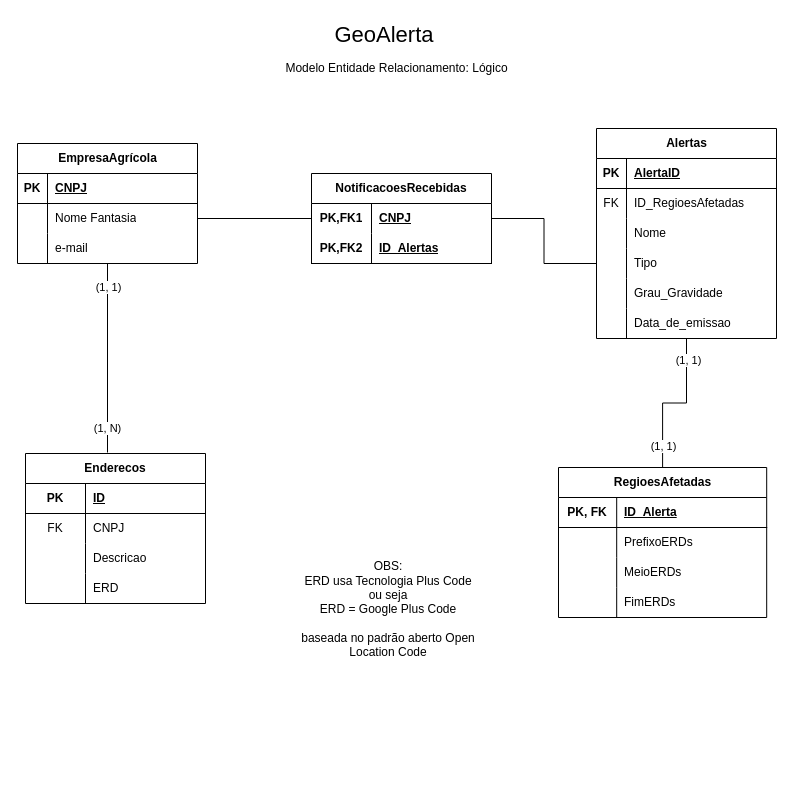
Earlier version of the draw.io diagram page "ER Lógico" (2 of 3) of banco-de-dados/Diagrama-ER.drawio (Code-Masters-F/GeoAlerta). Source tidied: cells renumbered, new cells numbered last; positions are measured from the earlier drawing's top-left corner, leaving out a move shared by most shapes. Both pictures are drawn from the tidied source at 100%, with x=0, y=0 at pixel (17, 17).
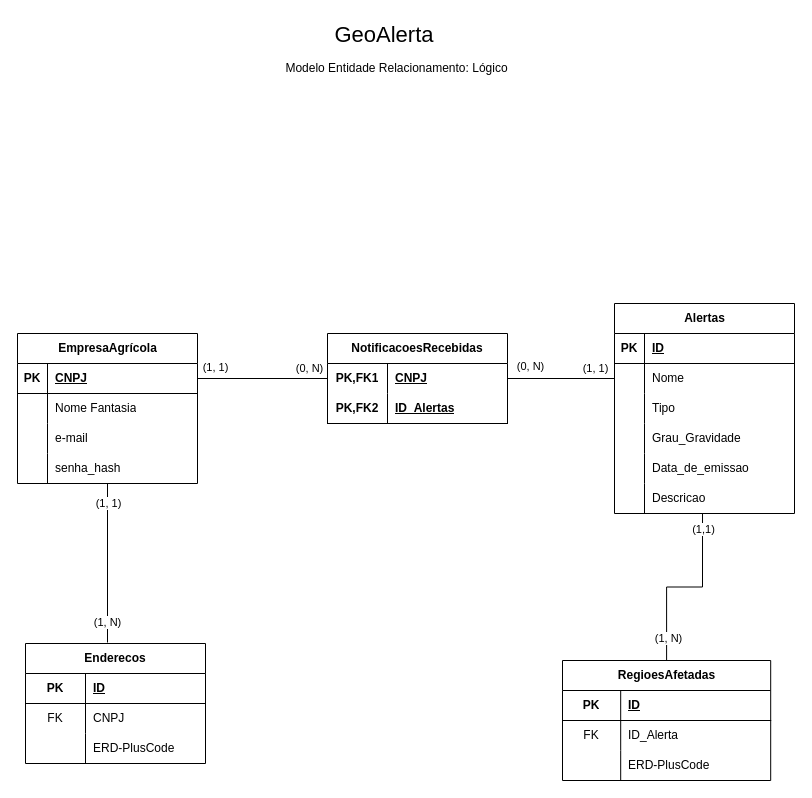
Above is the later version.

Unchanged cells that the change refers to:
```xml
<mxCell id="6" style="shape=tableRow;horizontal=0;startSize=0;swimlaneHead=0;swimlaneBody=0;fillColor=none;points=[[0,0.5],[1,0.5]];portConstraint=eastwest;top=0;left=0;right=0;bottom=1;" parent="5" vertex="1">
  <mxGeometry y="30" width="180" height="30" as="geometry" />
</mxCell>
<mxCell id="9" style="shape=tableRow;horizontal=0;startSize=0;swimlaneHead=0;swimlaneBody=0;fillColor=none;points=[[0,0.5],[1,0.5]];portConstraint=eastwest;top=0;left=0;right=0;bottom=0;" parent="5" vertex="1">
  <mxGeometry y="60" width="180" height="30" as="geometry" />
</mxCell>
<mxCell id="32" style="shape=tableRow;horizontal=0;startSize=0;swimlaneHead=0;swimlaneBody=0;fillColor=none;top=0;left=0;right=0;bottom=1;" parent="31" vertex="1">
  <mxGeometry y="30" width="180" height="30" as="geometry" />
</mxCell>
<mxCell id="51" style="shape=tableRow;horizontal=0;startSize=0;swimlaneHead=0;swimlaneBody=0;fillColor=none;top=0;left=0;right=0;bottom=1;" parent="50" vertex="1">
  <mxGeometry y="30" width="208.2" height="30" as="geometry" />
</mxCell>
<mxCell id="66" style="shape=tableRow;horizontal=0;startSize=0;swimlaneHead=0;swimlaneBody=0;fillColor=none;points=[[0,0.5],[1,0.5]];portConstraint=eastwest;top=0;left=0;right=0;bottom=0;html=1;" parent="65" vertex="1">
  <mxGeometry y="30" width="180" height="30" as="geometry" />
</mxCell>
```

The edit, as a diff of the source:
```diff
@@
     <mxCell id="2" style="edgeStyle=orthogonalEdgeStyle;rounded=0;jettySize=auto;html=1;endArrow=none;endFill=0;" parent="1" edge="1" source="5">
       <mxGeometry relative="1" as="geometry">
-        <mxPoint x="90" y="435" as="targetPoint" />
+        <mxPoint x="90" y="625" as="targetPoint" />
       </mxGeometry>
     </mxCell>
@@
     <mxCell id="5" value="EmpresaAgrícola" style="shape=table;startSize=30;childLayout=tableLayout;rowLines=0;fontStyle=1;align=center;html=1;" parent="1" vertex="1">
-      <mxGeometry y="126" width="180" height="120" as="geometry" />
+      <mxGeometry y="316" width="180" height="150" as="geometry" />
     </mxCell>
@@
+    <mxCell id="75" style="shape=tableRow;horizontal=0;startSize=0;swimlaneHead=0;swimlaneBody=0;fillColor=none;top=0;left=0;right=0;bottom=0;" parent="5" vertex="1">
+      <mxGeometry y="120" width="180" height="30" as="geometry" />
+    </mxCell>
+    <mxCell id="76" style="shape=partialRectangle;fillColor=none;top=0;left=0;bottom=0;right=0;overflow=hidden;whiteSpace=wrap;html=1;" parent="75" vertex="1">
+      <mxGeometry width="30" height="30" as="geometry" />
+    </mxCell>
+    <mxCell id="77" value="senha_hash" style="shape=partialRectangle;fillColor=none;top=0;left=0;bottom=0;right=0;align=left;spacingLeft=6;overflow=hidden;whiteSpace=wrap;html=1;" parent="75" vertex="1">
+      <mxGeometry x="30" width="150" height="30" as="geometry" />
+    </mxCell>
     <mxCell id="15" value="Enderecos" style="shape=table;startSize=30;childLayout=tableLayout;rowLines=0;fontStyle=1;align=center;html=1;whiteSpace=wrap;" parent="1" vertex="1">
-      <mxGeometry x="8" y="436" width="180" height="150" as="geometry" />
+      <mxGeometry x="8" y="626" width="180" height="120" as="geometry" />
     </mxCell>
@@
-    <mxCell id="22" style="shape=tableRow;horizontal=0;startSize=0;swimlaneHead=0;swimlaneBody=0;fillColor=none;top=0;left=0;right=0;bottom=0;html=1;" parent="15" vertex="1">
-      <mxGeometry y="90" width="180" height="30" as="geometry" />
-    </mxCell>
-    <mxCell id="23" style="shape=partialRectangle;fillColor=none;top=0;left=0;bottom=0;right=0;overflow=hidden;html=1;whiteSpace=wrap;" parent="22" vertex="1">
-      <mxGeometry width="60" height="30" as="geometry" />
-    </mxCell>
-    <mxCell id="24" value="Descricao" style="shape=partialRectangle;fillColor=none;top=0;left=0;bottom=0;right=0;align=left;spacingLeft=6;overflow=hidden;html=1;whiteSpace=wrap;" parent="22" vertex="1">
-      <mxGeometry x="60" width="120" height="30" as="geometry" />
-    </mxCell>
     <mxCell id="25" style="shape=tableRow;horizontal=0;startSize=0;swimlaneHead=0;swimlaneBody=0;fillColor=none;top=0;left=0;right=0;bottom=0;html=1;" parent="15" vertex="1">
-      <mxGeometry y="120" width="180" height="30" as="geometry" />
+      <mxGeometry y="90" width="180" height="30" as="geometry" />
     </mxCell>
@@
-    <mxCell id="27" value="ERD" style="shape=partialRectangle;fillColor=none;top=0;left=0;bottom=0;right=0;align=left;spacingLeft=6;overflow=hidden;html=1;whiteSpace=wrap;" parent="25" vertex="1">
+    <mxCell id="27" value="ERD-PlusCode" style="shape=partialRectangle;fillColor=none;top=0;left=0;bottom=0;right=0;align=left;spacingLeft=6;overflow=hidden;html=1;whiteSpace=wrap;" parent="25" vertex="1">
       <mxGeometry x="60" width="120" height="30" as="geometry" />
     </mxCell>
-    <mxCell id="28" style="edgeStyle=orthogonalEdgeStyle;rounded=0;jettySize=auto;html=1;entryX=0.5;entryY=0;entryDx=0;entryDy=0;endArrow=none;endFill=0;" parent="1" edge="1" source="31" target="50">
-      <mxGeometry relative="1" as="geometry" />
-    </mxCell>
-    <mxCell id="29" value="(1, 1)" style="edgeLabel;html=1;align=center;verticalAlign=middle;" parent="28" vertex="1">
-      <mxGeometry x="0.72" relative="1" as="geometry" />
-    </mxCell>
-    <mxCell id="30" value="(1, 1)" style="edgeLabel;html=1;align=center;verticalAlign=middle;" parent="28" vertex="1">
-      <mxGeometry x="-0.72" y="1" relative="1" as="geometry" />
-    </mxCell>
     <mxCell id="31" value="Alertas" style="shape=table;startSize=30;childLayout=tableLayout;rowLines=0;fontStyle=1;align=center;html=1;" parent="1" vertex="1">
-      <mxGeometry x="579" y="111" width="180" height="210" as="geometry" />
+      <mxGeometry x="597" y="286" width="180" height="210" as="geometry" />
     </mxCell>
@@
-    <mxCell id="34" value="AlertaID" style="shape=partialRectangle;fillColor=none;top=0;left=0;bottom=0;right=0;align=left;spacingLeft=6;fontStyle=5;overflow=hidden;whiteSpace=wrap;html=1;" parent="32" vertex="1">
+    <mxCell id="34" value="ID" style="shape=partialRectangle;fillColor=none;top=0;left=0;bottom=0;right=0;align=left;spacingLeft=6;fontStyle=5;overflow=hidden;whiteSpace=wrap;html=1;" parent="32" vertex="1">
       <mxGeometry x="30" width="150" height="30" as="geometry" />
     </mxCell>
-    <mxCell id="35" style="shape=tableRow;horizontal=0;startSize=0;swimlaneHead=0;swimlaneBody=0;fillColor=none;top=0;left=0;right=0;bottom=0;" parent="31" vertex="1">
-      <mxGeometry y="60" width="180" height="30" as="geometry" />
-    </mxCell>
-    <mxCell id="36" value="FK" style="shape=partialRectangle;fillColor=none;top=0;left=0;bottom=0;right=0;overflow=hidden;whiteSpace=wrap;html=1;" parent="35" vertex="1">
-      <mxGeometry width="30" height="30" as="geometry" />
-    </mxCell>
-    <mxCell id="37" value="ID_RegioesAfetadas" style="shape=partialRectangle;fillColor=none;top=0;left=0;bottom=0;right=0;align=left;spacingLeft=6;overflow=hidden;whiteSpace=wrap;html=1;" parent="35" vertex="1">
-      <mxGeometry x="30" width="150" height="30" as="geometry" />
-    </mxCell>
     <mxCell id="38" style="shape=tableRow;horizontal=0;startSize=0;swimlaneHead=0;swimlaneBody=0;fillColor=none;points=[[0,0.5],[1,0.5]];portConstraint=eastwest;top=0;left=0;right=0;bottom=0;" parent="31" vertex="1">
-      <mxGeometry y="90" width="180" height="30" as="geometry" />
+      <mxGeometry y="60" width="180" height="30" as="geometry" />
     </mxCell>
@@
     <mxCell id="41" style="shape=tableRow;horizontal=0;startSize=0;swimlaneHead=0;swimlaneBody=0;fillColor=none;points=[[0,0.5],[1,0.5]];portConstraint=eastwest;top=0;left=0;right=0;bottom=0;" parent="31" vertex="1">
-      <mxGeometry y="120" width="180" height="30" as="geometry" />
+      <mxGeometry y="90" width="180" height="30" as="geometry" />
     </mxCell>
@@
     <mxCell id="44" style="shape=tableRow;horizontal=0;startSize=0;swimlaneHead=0;swimlaneBody=0;fillColor=none;top=0;left=0;right=0;bottom=0;" parent="31" vertex="1">
-      <mxGeometry y="150" width="180" height="30" as="geometry" />
+      <mxGeometry y="120" width="180" height="30" as="geometry" />
     </mxCell>
@@
     <mxCell id="47" style="shape=tableRow;horizontal=0;startSize=0;swimlaneHead=0;swimlaneBody=0;fillColor=none;top=0;left=0;right=0;bottom=0;" parent="31" vertex="1">
-      <mxGeometry y="180" width="180" height="30" as="geometry" />
+      <mxGeometry y="150" width="180" height="30" as="geometry" />
     </mxCell>
@@
+    <mxCell id="78" style="shape=tableRow;horizontal=0;startSize=0;swimlaneHead=0;swimlaneBody=0;fillColor=none;points=[[0,0.5],[1,0.5]];portConstraint=eastwest;top=0;left=0;right=0;bottom=0;" parent="31" vertex="1">
+      <mxGeometry y="180" width="180" height="30" as="geometry" />
+    </mxCell>
+    <mxCell id="79" style="shape=partialRectangle;fillColor=none;top=0;left=0;bottom=0;right=0;overflow=hidden;whiteSpace=wrap;html=1;" parent="78" vertex="1">
+      <mxGeometry width="30" height="30" as="geometry" />
+    </mxCell>
+    <mxCell id="24" value="Descricao" style="shape=partialRectangle;fillColor=none;top=0;left=0;bottom=0;right=0;align=left;spacingLeft=6;overflow=hidden;whiteSpace=wrap;html=1;" parent="78" vertex="1">
+      <mxGeometry x="30" width="150" height="30" as="geometry" />
+    </mxCell>
     <mxCell id="50" value="RegioesAfetadas" style="shape=table;startSize=30;childLayout=tableLayout;rowLines=0;fontStyle=1;align=center;html=1;" parent="1" vertex="1">
-      <mxGeometry x="541" y="450" width="208.2" height="150" as="geometry" />
+      <mxGeometry x="545" y="643" width="208.2" height="120" as="geometry" />
     </mxCell>
@@
-    <mxCell id="52" value="PK, FK" style="shape=partialRectangle;fillColor=none;top=0;left=0;bottom=0;right=0;fontStyle=1;overflow=hidden;whiteSpace=wrap;html=1;" parent="51" vertex="1">
-      <mxGeometry width="58.2" height="30" as="geometry" />
-    </mxCell>
+    <mxCell id="80" value="PK" style="shape=partialRectangle;fillColor=none;top=0;left=0;bottom=0;right=0;fontStyle=1;overflow=hidden;whiteSpace=wrap;html=1;" parent="51" vertex="1">
+      <mxGeometry width="58.2" height="30" as="geometry" />
+    </mxCell>
+    <mxCell id="81" value="ID" style="shape=partialRectangle;fillColor=none;top=0;left=0;bottom=0;right=0;align=left;spacingLeft=6;fontStyle=5;overflow=hidden;whiteSpace=wrap;html=1;" parent="51" vertex="1">
+      <mxGeometry x="58.2" width="150" height="30" as="geometry" />
+    </mxCell>
+    <mxCell id="54" style="shape=tableRow;horizontal=0;startSize=0;swimlaneHead=0;swimlaneBody=0;fillColor=none;top=0;left=0;right=0;bottom=0;" parent="50" vertex="1">
+      <mxGeometry y="60" width="208.2" height="30" as="geometry" />
+    </mxCell>
+    <mxCell id="36" value="FK" style="shape=partialRectangle;fillColor=none;top=0;left=0;bottom=0;right=0;fontStyle=0;overflow=hidden;whiteSpace=wrap;html=1;" parent="54" vertex="1">
+      <mxGeometry width="58.2" height="30" as="geometry" />
+    </mxCell>
-    <mxCell id="53" value="ID_Alerta" style="shape=partialRectangle;fillColor=none;top=0;left=0;bottom=0;right=0;align=left;spacingLeft=6;fontStyle=5;overflow=hidden;whiteSpace=wrap;html=1;" parent="51" vertex="1">
+    <mxCell id="53" value="ID_Alerta" style="shape=partialRectangle;fillColor=none;top=0;left=0;bottom=0;right=0;align=left;spacingLeft=6;fontStyle=0;overflow=hidden;whiteSpace=wrap;html=1;" parent="54" vertex="1">
       <mxGeometry x="58.2" width="150" height="30" as="geometry" />
     </mxCell>
-    <mxCell id="54" style="shape=tableRow;horizontal=0;startSize=0;swimlaneHead=0;swimlaneBody=0;fillColor=none;top=0;left=0;right=0;bottom=0;" parent="50" vertex="1">
-      <mxGeometry y="60" width="208.2" height="30" as="geometry" />
-    </mxCell>
-    <mxCell id="55" style="shape=partialRectangle;fillColor=none;top=0;left=0;bottom=0;right=0;overflow=hidden;whiteSpace=wrap;html=1;" parent="54" vertex="1">
-      <mxGeometry width="58.2" height="30" as="geometry" />
-    </mxCell>
-    <mxCell id="56" value="PrefixoERDs" style="shape=partialRectangle;fillColor=none;top=0;left=0;bottom=0;right=0;align=left;spacingLeft=6;overflow=hidden;whiteSpace=wrap;html=1;" parent="54" vertex="1">
-      <mxGeometry x="58.2" width="150" height="30" as="geometry" />
-    </mxCell>
-    <mxCell id="57" style="shape=tableRow;horizontal=0;startSize=0;swimlaneHead=0;swimlaneBody=0;fillColor=none;top=0;left=0;right=0;bottom=0;" parent="50" vertex="1">
-      <mxGeometry y="90" width="208.2" height="30" as="geometry" />
-    </mxCell>
-    <mxCell id="58" style="shape=partialRectangle;fillColor=none;top=0;left=0;bottom=0;right=0;overflow=hidden;whiteSpace=wrap;html=1;" parent="57" vertex="1">
-      <mxGeometry width="58.2" height="30" as="geometry" />
-    </mxCell>
-    <mxCell id="59" value="MeioERDs" style="shape=partialRectangle;fillColor=none;top=0;left=0;bottom=0;right=0;align=left;spacingLeft=6;overflow=hidden;whiteSpace=wrap;html=1;" parent="57" vertex="1">
-      <mxGeometry x="58.2" width="150" height="30" as="geometry" />
-    </mxCell>
     <mxCell id="60" style="shape=tableRow;horizontal=0;startSize=0;swimlaneHead=0;swimlaneBody=0;fillColor=none;top=0;left=0;right=0;bottom=0;" parent="50" vertex="1">
-      <mxGeometry y="120" width="208.2" height="30" as="geometry" />
+      <mxGeometry y="90" width="208.2" height="30" as="geometry" />
     </mxCell>
@@
-    <mxCell id="62" value="FimERDs" style="shape=partialRectangle;fillColor=none;top=0;left=0;bottom=0;right=0;align=left;spacingLeft=6;overflow=hidden;whiteSpace=wrap;html=1;" parent="60" vertex="1">
+    <mxCell id="62" value="ERD-PlusCode" style="shape=partialRectangle;fillColor=none;top=0;left=0;bottom=0;right=0;align=left;spacingLeft=6;overflow=hidden;whiteSpace=wrap;html=1;" parent="60" vertex="1">
       <mxGeometry x="58.2" width="150" height="30" as="geometry" />
     </mxCell>
@@
     <mxCell id="65" value="&lt;span style=&quot;white-space: nowrap;&quot;&gt;NotificacoesRecebidas&lt;/span&gt;" style="shape=table;startSize=30;childLayout=tableLayout;rowLines=0;fontStyle=1;align=center;html=1;whiteSpace=wrap;" parent="1" vertex="1">
-      <mxGeometry x="294" y="156" width="180" height="90" as="geometry" />
+      <mxGeometry x="310" y="316" width="180" height="90" as="geometry" />
     </mxCell>
@@
-    <mxCell id="72" style="edgeStyle=orthogonalEdgeStyle;rounded=0;jettySize=auto;html=1;entryX=0;entryY=0.5;entryDx=0;entryDy=0;endArrow=none;endFill=0;" parent="1" edge="1" source="9" target="66">
+    <mxCell id="72" style="edgeStyle=orthogonalEdgeStyle;rounded=0;jettySize=auto;html=1;entryX=0;entryY=0.5;entryDx=0;entryDy=0;endArrow=none;endFill=0;exitX=1;exitY=0.5;exitDx=0;exitDy=0;" parent="1" edge="1" source="6" target="66">
       <mxGeometry relative="1" as="geometry" />
     </mxCell>
+    <mxCell id="82" value="(1, 1)" style="edgeLabel;html=1;align=center;verticalAlign=middle;" parent="72" vertex="1">
+      <mxGeometry x="-0.73" y="-1" relative="1" as="geometry">
+        <mxPoint x="-1" y="-13" as="offset" />
+      </mxGeometry>
+    </mxCell>
+    <mxCell id="83" value="(0, N)" style="edgeLabel;html=1;align=center;verticalAlign=middle;" parent="72" vertex="1">
+      <mxGeometry x="0.76" y="-2" relative="1" as="geometry">
+        <mxPoint x="-3" y="-13" as="offset" />
+      </mxGeometry>
+    </mxCell>
-    <mxCell id="73" style="edgeStyle=orthogonalEdgeStyle;rounded=0;jettySize=auto;html=1;entryX=0;entryY=0.5;entryDx=0;entryDy=0;endArrow=none;endFill=0;" parent="1" edge="1" source="66" target="41">
+    <mxCell id="73" style="edgeStyle=orthogonalEdgeStyle;rounded=0;jettySize=auto;html=1;entryX=0;entryY=0.5;entryDx=0;entryDy=0;endArrow=none;endFill=0;" parent="1" edge="1" source="66">
       <mxGeometry relative="1" as="geometry" />
     </mxCell>
-    <mxCell id="74" value="&lt;div&gt;OBS:&lt;/div&gt;ERD usa Tecnologia Plus Code&lt;div&gt;ou seja&lt;/div&gt;&lt;div&gt;ERD = Google Plus Code&lt;/div&gt;&lt;div&gt;&lt;br&gt;&lt;/div&gt;&lt;div&gt;baseada no padrão aberto Open Location Code&lt;/div&gt;" style="text;html=1;whiteSpace=wrap;strokeColor=none;fillColor=none;align=center;verticalAlign=middle;rounded=0;" parent="1" vertex="1">
-      <mxGeometry x="274" y="547" width="194" height="90" as="geometry" />
-    </mxCell>
+    <mxCell id="84" value="(1, 1)" style="edgeLabel;html=1;align=center;verticalAlign=middle;" parent="73" vertex="1">
+      <mxGeometry x="0.77" y="1" relative="1" as="geometry">
+        <mxPoint x="-7" y="-11" as="offset" />
+      </mxGeometry>
+    </mxCell>
+    <mxCell id="85" value="(0, N)" style="edgeLabel;html=1;align=center;verticalAlign=middle;" parent="73" vertex="1">
+      <mxGeometry x="-0.67" y="-1" relative="1" as="geometry">
+        <mxPoint x="-1" y="-13" as="offset" />
+      </mxGeometry>
+    </mxCell>
+    <mxCell id="86" style="edgeStyle=orthogonalEdgeStyle;rounded=0;jettySize=auto;html=1;entryX=0.489;entryY=1.011;entryDx=0;entryDy=0;entryPerimeter=0;endArrow=none;endFill=0;" parent="1" edge="1" source="50" target="78">
+      <mxGeometry relative="1" as="geometry" />
+    </mxCell>
+    <mxCell id="87" value="(1, N)" style="edgeLabel;html=1;align=center;verticalAlign=middle;" parent="86" vertex="1">
+      <mxGeometry x="-0.75" y="-1" relative="1" as="geometry" />
+    </mxCell>
+    <mxCell id="88" value="(1,1)" style="edgeLabel;html=1;align=center;verticalAlign=middle;" parent="86" vertex="1">
+      <mxGeometry x="0.83" relative="1" as="geometry" />
+    </mxCell>
+    <mxCell id="89" style="edgeStyle=orthogonalEdgeStyle;rounded=0;jettySize=auto;html=1;entryX=0;entryY=0.5;entryDx=0;entryDy=0;endArrow=none;endFill=0;" parent="1" edge="1" source="66" target="38">
+      <mxGeometry relative="1" as="geometry" />
+    </mxCell>
+    <mxCell id="90" value="(0, N)" style="edgeLabel;html=1;align=center;verticalAlign=middle;" parent="89" vertex="1">
+      <mxGeometry x="-0.59" y="2" relative="1" as="geometry">
+        <mxPoint y="-11" as="offset" />
+      </mxGeometry>
+    </mxCell>
+    <mxCell id="91" value="(1, 1)" style="edgeLabel;html=1;align=center;verticalAlign=middle;" parent="89" vertex="1">
+      <mxGeometry x="0.64" relative="1" as="geometry">
+        <mxPoint x="-1" y="-11" as="offset" />
+      </mxGeometry>
+    </mxCell>
```
